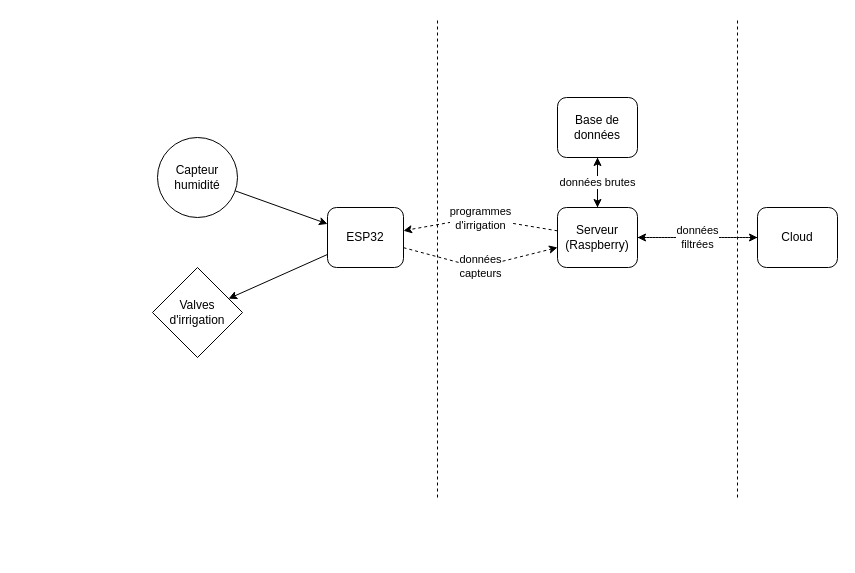
Before: docs/archi_materielle.drawio in Nicolas-Delahaie/ynov-iot, a draw.io diagram. Source tidied: cells renumbered, new cells numbered last; positions are measured from the earlier drawing's top-left corner, leaving out a move shared by most shapes. Both pictures are drawn from the tidied source at 100%, with x=0, y=0 at pixel (152, 17).
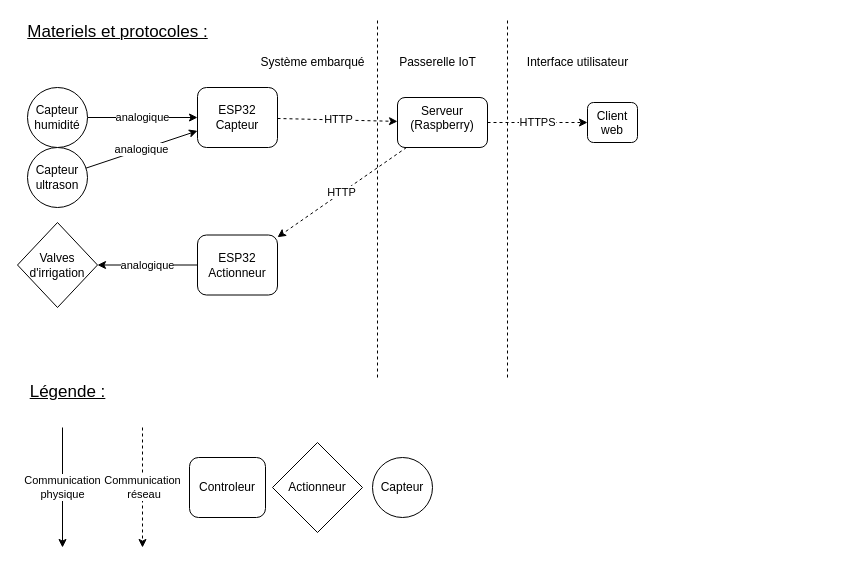
After the change.

Commit message:
Diagramme d'architecture matérielle

The edit, as a diff of the source:
```diff
@@
-    <mxCell id="2" style="edgeStyle=none;html=1;" parent="1" edge="1" source="17" target="5">
+    <mxCell id="2" value="analogique" style="edgeStyle=none;html=1;" parent="1" edge="1" source="17" target="5">
       <mxGeometry relative="1" as="geometry" />
     </mxCell>
-    <mxCell id="3" style="edgeStyle=none;html=1;" parent="1" edge="1" source="5" target="6">
+    <mxCell id="3" value="analogique" style="edgeStyle=none;html=1;" parent="1" edge="1" source="18" target="6">
       <mxGeometry relative="1" as="geometry" />
     </mxCell>
-    <mxCell id="4" value="données&lt;br&gt;capteurs" style="edgeStyle=none;html=1;dashed=1;" parent="1" edge="1" source="5" target="10">
-      <mxGeometry relative="1" as="geometry">
-        <Array as="points">
-          <mxPoint x="325" y="250" />
-        </Array>
-      </mxGeometry>
+    <mxCell id="4" value="HTTP" style="edgeStyle=none;html=1;dashed=1;" parent="1" edge="1" source="5" target="10">
+      <mxGeometry x="0.01" relative="1" as="geometry" />
     </mxCell>
-    <mxCell id="5" value="ESP32" style="rounded=1;whiteSpace=wrap;html=1;" parent="1" vertex="1">
-      <mxGeometry x="175" y="190" width="76" height="60" as="geometry" />
+    <mxCell id="5" value="ESP32&lt;div&gt;Capteur&lt;/div&gt;" style="rounded=1;whiteSpace=wrap;html=1;" parent="1" vertex="1">
+      <mxGeometry x="45" y="70" width="80" height="60" as="geometry" />
     </mxCell>
     <mxCell id="6" value="Valves d'irrigation" style="rhombus;whiteSpace=wrap;html=1;" parent="1" vertex="1">
-      <mxGeometry y="250" width="90" height="90" as="geometry" />
+      <mxGeometry x="-135" y="205" width="80" height="85" as="geometry" />
     </mxCell>
-    <mxCell id="7" value="programmes &lt;br&gt;d'irrigation" style="edgeStyle=none;html=1;dashed=1;" parent="1" edge="1" source="10" target="5">
-      <mxGeometry relative="1" as="geometry">
-        <Array as="points">
-          <mxPoint x="325" y="200" />
-        </Array>
-      </mxGeometry>
-    </mxCell>
-    <mxCell id="8" style="edgeStyle=none;html=1;" parent="1" edge="1" source="10" target="12">
-      <mxGeometry relative="1" as="geometry" />
-    </mxCell>
-    <mxCell id="9" style="edgeStyle=none;html=1;dashed=1;" parent="1" edge="1" source="10" target="14">
-      <mxGeometry relative="1" as="geometry" />
-    </mxCell>
-    <mxCell id="10" value="Serveur&lt;br&gt;(Raspberry)" style="rounded=1;whiteSpace=wrap;html=1;" parent="1" vertex="1">
-      <mxGeometry x="405" y="190" width="80" height="60" as="geometry" />
+    <mxCell id="10" value="Serveur (Raspberry)" style="rounded=1;whiteSpace=wrap;html=1;align=center;verticalAlign=top;" parent="1" vertex="1">
+      <mxGeometry x="245" y="80" width="90" height="50" as="geometry" />
     </mxCell>
-    <mxCell id="11" value="données brutes" style="edgeStyle=none;html=1;" parent="1" edge="1" source="12" target="10">
-      <mxGeometry relative="1" as="geometry" />
-    </mxCell>
-    <mxCell id="12" value="Base de données" style="rounded=1;whiteSpace=wrap;html=1;" parent="1" vertex="1">
-      <mxGeometry x="405" y="80" width="80" height="60" as="geometry" />
-    </mxCell>
-    <mxCell id="13" value="données &lt;br&gt;filtrées" style="edgeStyle=none;html=1;dashed=1;" parent="1" edge="1" source="14" target="10">
-      <mxGeometry relative="1" as="geometry" />
-    </mxCell>
-    <mxCell id="14" value="Cloud" style="rounded=1;whiteSpace=wrap;html=1;" parent="1" vertex="1">
-      <mxGeometry x="605" y="190" width="80" height="60" as="geometry" />
-    </mxCell>
-    <mxCell id="15" style="edgeStyle=none;html=1;dashed=1;endArrow=none;endFill=0;" parent="1" edge="1">
-      <mxGeometry relative="1" as="geometry">
-        <mxPoint x="585" y="480" as="sourcePoint" />
-        <mxPoint x="585" as="targetPoint" />
-      </mxGeometry>
-    </mxCell>
     <mxCell id="16" style="edgeStyle=none;html=1;dashed=1;endArrow=none;endFill=0;" parent="1" edge="1">
       <mxGeometry relative="1" as="geometry">
-        <mxPoint x="285" y="480" as="sourcePoint" />
-        <mxPoint x="285" as="targetPoint" />
+        <mxPoint x="225" y="360" as="sourcePoint" />
+        <mxPoint x="225" as="targetPoint" />
       </mxGeometry>
     </mxCell>
     <mxCell id="17" value="Capteur humidité" style="ellipse;whiteSpace=wrap;html=1;" parent="1" vertex="1">
-      <mxGeometry x="5" y="120" width="80" height="80" as="geometry" />
+      <mxGeometry x="-125" y="70" width="60" height="60" as="geometry" />
     </mxCell>
+    <mxCell id="18" value="ESP32&lt;div&gt;Actionneur&lt;/div&gt;" style="rounded=1;whiteSpace=wrap;html=1;" parent="1" vertex="1">
+      <mxGeometry x="45" y="217.5" width="80" height="60" as="geometry" />
+    </mxCell>
+    <mxCell id="19" value="HTTP" style="edgeStyle=none;html=1;dashed=1;" parent="1" edge="1" source="10" target="18">
+      <mxGeometry relative="1" as="geometry" />
+    </mxCell>
+    <mxCell id="20" value="Actionneur" style="rhombus;whiteSpace=wrap;html=1;" parent="1" vertex="1">
+      <mxGeometry x="120" y="425" width="90" height="90" as="geometry" />
+    </mxCell>
+    <mxCell id="21" value="Controleur" style="rounded=1;whiteSpace=wrap;html=1;" parent="1" vertex="1">
+      <mxGeometry x="37" y="440" width="76" height="60" as="geometry" />
+    </mxCell>
+    <mxCell id="22" value="Communication&lt;div&gt;&amp;nbsp;réseau&lt;/div&gt;" style="edgeStyle=none;html=1;dashed=1;" parent="1" edge="1">
+      <mxGeometry relative="1" as="geometry">
+        <mxPoint x="-10" y="410" as="sourcePoint" />
+        <mxPoint x="-10" y="530" as="targetPoint" />
+      </mxGeometry>
+    </mxCell>
+    <mxCell id="23" value="Communication&lt;div&gt;physique&lt;/div&gt;" style="edgeStyle=none;html=1;" parent="1" edge="1">
+      <mxGeometry relative="1" as="geometry">
+        <mxPoint x="-90" y="410" as="sourcePoint" />
+        <mxPoint x="-90" y="530" as="targetPoint" />
+      </mxGeometry>
+    </mxCell>
+    <mxCell id="24" value="analogique" style="edgeStyle=none;html=1;" parent="1" edge="1" source="25" target="5">
+      <mxGeometry relative="1" as="geometry" />
+    </mxCell>
+    <mxCell id="25" value="Capteur ultrason" style="ellipse;whiteSpace=wrap;html=1;" parent="1" vertex="1">
+      <mxGeometry x="-125" y="130" width="60" height="60" as="geometry" />
+    </mxCell>
+    <mxCell id="26" value="&lt;u style=&quot;&quot;&gt;&lt;font style=&quot;font-size: 17px;&quot;&gt;Materiels et protocoles :&lt;/font&gt;&lt;/u&gt;" style="text;html=1;align=center;verticalAlign=middle;strokeColor=none;fillColor=none;" parent="1" vertex="1">
+      <mxGeometry x="-135" width="200" height="30" as="geometry" />
+    </mxCell>
+    <mxCell id="27" style="edgeStyle=none;html=1;dashed=1;endArrow=none;endFill=0;" parent="1" edge="1">
+      <mxGeometry relative="1" as="geometry">
+        <mxPoint x="355" y="360" as="sourcePoint" />
+        <mxPoint x="355" as="targetPoint" />
+      </mxGeometry>
+    </mxCell>
+    <mxCell id="28" value="Client web" style="rounded=1;whiteSpace=wrap;html=1;align=center;verticalAlign=top;" parent="1" vertex="1">
+      <mxGeometry x="435" y="85" width="50" height="40" as="geometry" />
+    </mxCell>
+    <mxCell id="29" value="HTTPS" style="edgeStyle=none;html=1;dashed=1;" parent="1" edge="1" source="10" target="28">
+      <mxGeometry relative="1" as="geometry" />
+    </mxCell>
+    <mxCell id="30" value="Capteur" style="ellipse;whiteSpace=wrap;html=1;" parent="1" vertex="1">
+      <mxGeometry x="220" y="440" width="60" height="60" as="geometry" />
+    </mxCell>
+    <mxCell id="31" value="&lt;u&gt;&lt;font style=&quot;font-size: 17px;&quot;&gt;Légende :&lt;/font&gt;&lt;/u&gt;" style="text;html=1;align=center;verticalAlign=middle;strokeColor=none;fillColor=none;fontSize=15;" parent="1" vertex="1">
+      <mxGeometry x="-135" y="360" width="100" height="30" as="geometry" />
+    </mxCell>
+    <mxCell id="32" value="&lt;div&gt;Système embarqué&lt;/div&gt;" style="text;html=1;align=center;verticalAlign=middle;strokeColor=none;fillColor=none;" parent="1" vertex="1">
+      <mxGeometry x="95" y="30" width="130" height="30" as="geometry" />
+    </mxCell>
+    <mxCell id="33" value="&lt;div&gt;Passerelle IoT&lt;/div&gt;" style="text;html=1;align=center;verticalAlign=middle;strokeColor=none;fillColor=none;" parent="1" vertex="1">
+      <mxGeometry x="235" y="30" width="100" height="30" as="geometry" />
+    </mxCell>
+    <mxCell id="34" value="&lt;div&gt;Interface utilisateur&lt;/div&gt;" style="text;html=1;align=center;verticalAlign=middle;strokeColor=none;fillColor=none;" parent="1" vertex="1">
+      <mxGeometry x="365" y="30" width="120" height="30" as="geometry" />
+    </mxCell>
```
